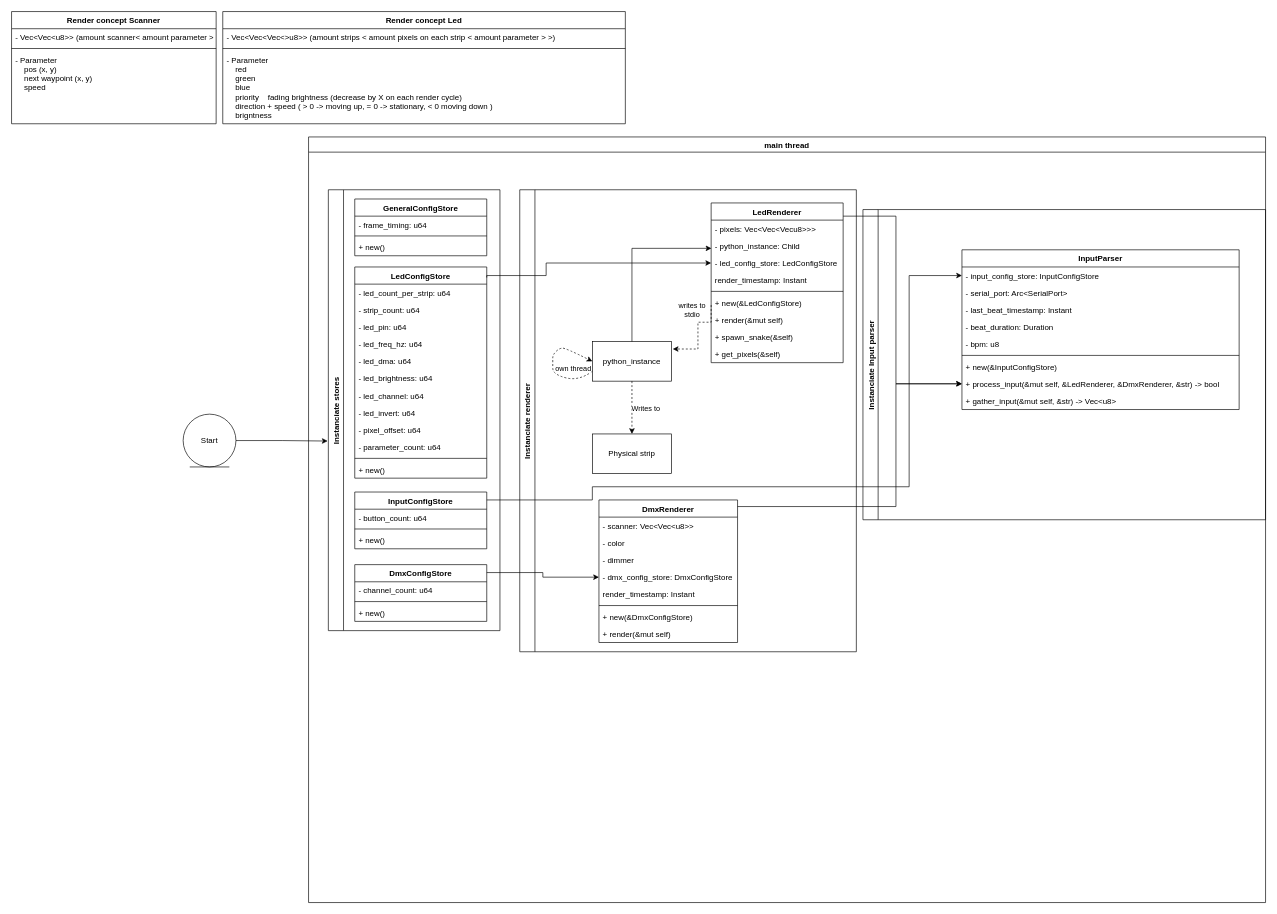
Earlier version of the draw.io diagram concept/led_dmx_controll_flow.drawio (JonasFocke01/ruhige_waldgeraeusche). Source tidied: cells renumbered, new cells numbered last; positions are measured from the earlier drawing's top-left corner, leaving out a move shared by most shapes. Both pictures are drawn from the tidied source at 66%, with x=0, y=0 at pixel (11, 11).
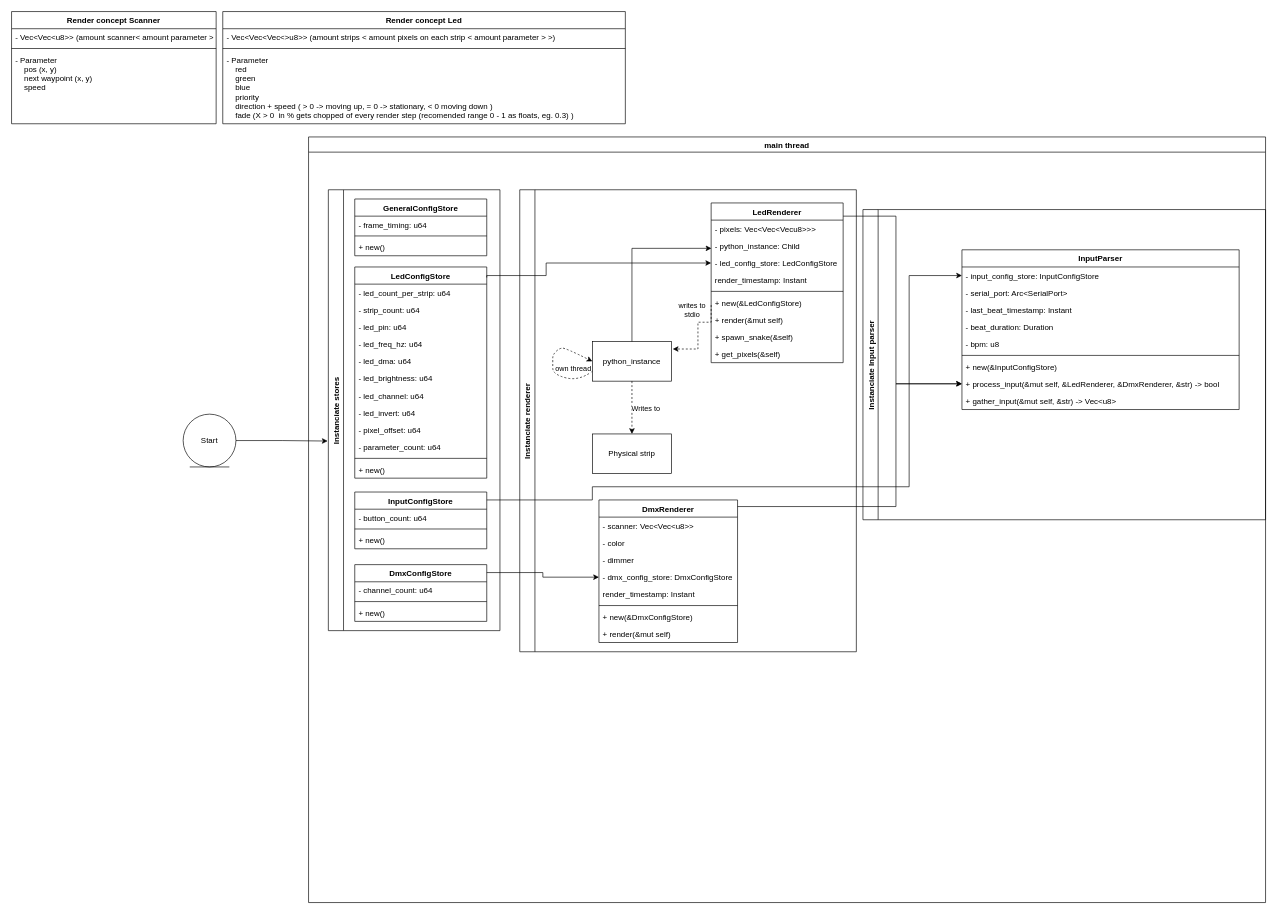
Above is the later version.

Commit message:
remove brightness and add fade to led render parameters

The change refers to these unchanged cells:
```xml
<mxCell id="6" value="Render concept Led" style="swimlane;fontStyle=1;align=center;verticalAlign=top;horizontal=1;startSize=26;" parent="1" vertex="1">
  <mxGeometry x="320" width="610" height="170" as="geometry" />
</mxCell>
```

The edit, as a diff of the source:
```diff
@@
-    <mxCell id="9" value="- Parameter&#10;    red&#10;    green&#10;    blue&#10;    priority    fading brightness (decrease by X on each render cycle)&#10;    direction + speed ( &gt; 0 -&gt; moving up, = 0 -&gt; stationary, &lt; 0 moving down )&#10;    brigntness&#10;" style="text;strokeColor=none;fillColor=none;align=left;verticalAlign=top;spacingLeft=4;spacingRight=4;overflow=hidden;" parent="6" vertex="1">
+    <mxCell id="9" value="- Parameter&#10;    red&#10;    green&#10;    blue&#10;    priority&#10;    direction + speed ( &gt; 0 -&gt; moving up, = 0 -&gt; stationary, &lt; 0 moving down )&#10;    fade (X &gt; 0  in % gets chopped of every render step (recomended range 0 - 1 as floats, eg. 0.3) )&#10;" style="text;strokeColor=none;fillColor=none;align=left;verticalAlign=top;spacingLeft=4;spacingRight=4;overflow=hidden;" parent="6" vertex="1">
       <mxGeometry y="60" width="610" height="110" as="geometry" />
     </mxCell>
```
